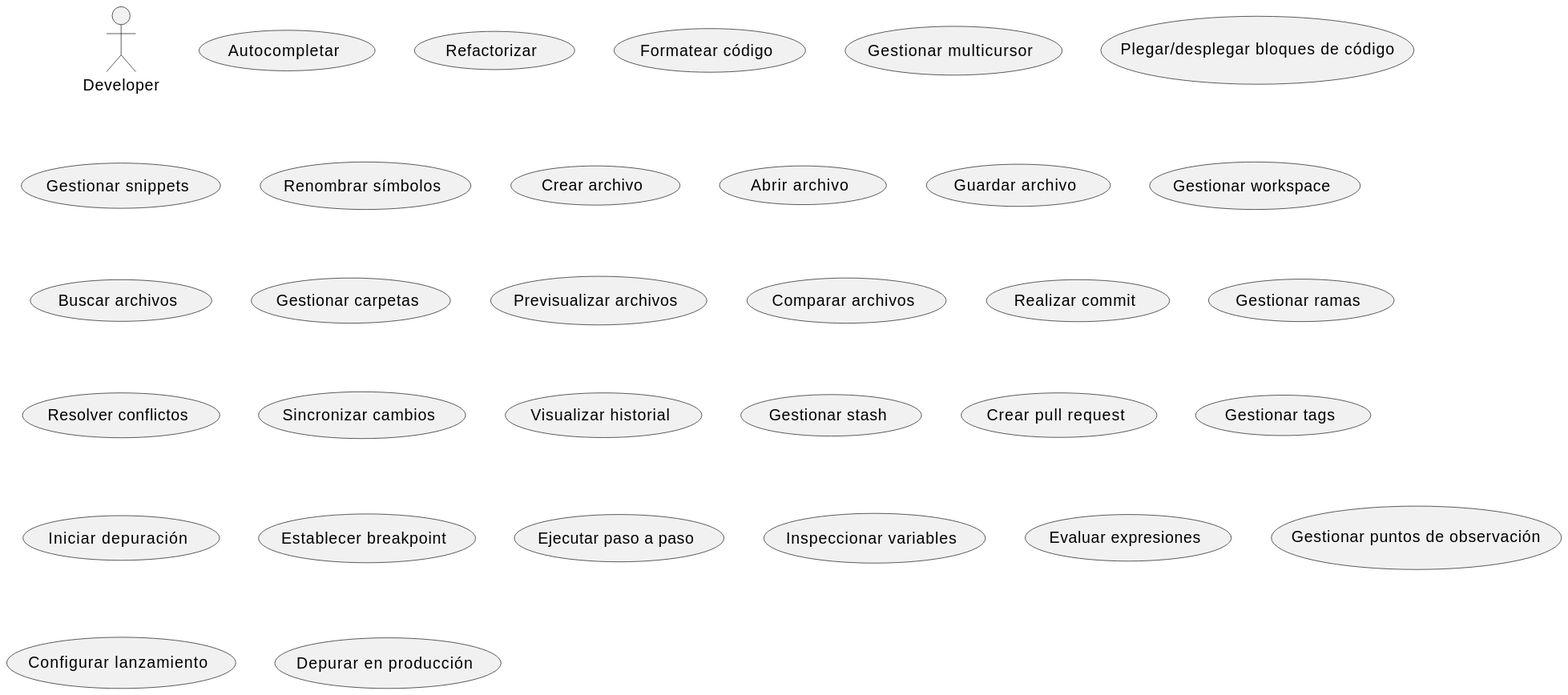
Above: images/UNEATLANTICO/idsw1/vscode/ddr-AyCdU-v0.svg in mmasias/mmasias (PlantUML), before the change. Its diagram source:
```plantuml
@startuml
actor "Developer" as Developer

usecase "Autocompletar"
usecase "Refactorizar"
usecase "Formatear código"
usecase "Gestionar multicursor"
usecase "Plegar/desplegar bloques de código"
usecase "Gestionar snippets"
usecase "Renombrar símbolos"
usecase "Crear archivo"
usecase "Abrir archivo"
usecase "Guardar archivo"
usecase "Gestionar workspace"
usecase "Buscar archivos"
usecase "Gestionar carpetas"
usecase "Previsualizar archivos"
usecase "Comparar archivos"
usecase "Realizar commit"
usecase "Gestionar ramas"
usecase "Resolver conflictos"
usecase "Sincronizar cambios"
usecase "Visualizar historial"
usecase "Gestionar stash"
usecase "Crear pull request"
usecase "Gestionar tags"
usecase "Iniciar depuración"
usecase "Establecer breakpoint"
usecase "Ejecutar paso a paso"
usecase "Inspeccionar variables"
usecase "Evaluar expresiones"
usecase "Gestionar puntos de observación"
usecase "Configurar lanzamiento"
usecase "Depurar en producción"
@enduml
```
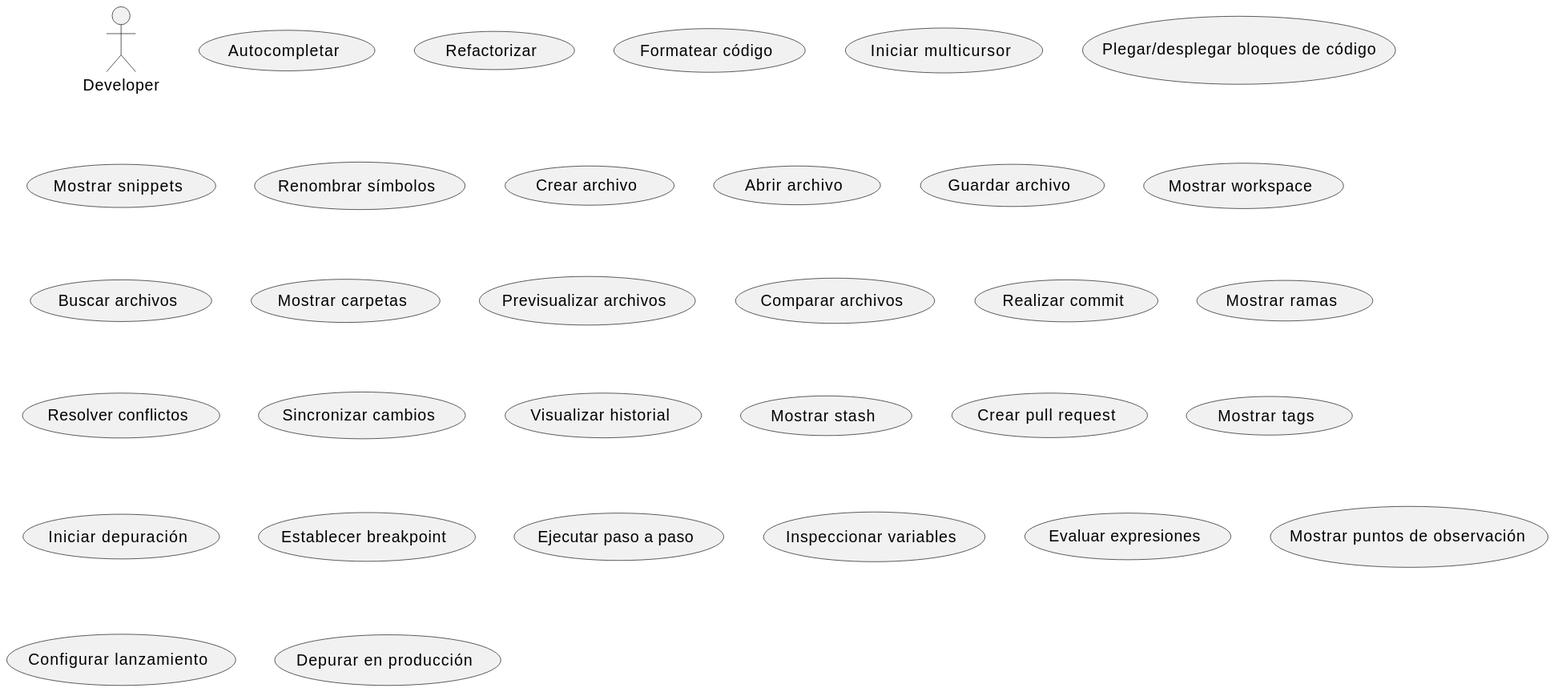
Above is the later version.

Diff of the diagram source:
```diff
@@ -4,32 +4,32 @@
 usecase "Autocompletar"
 usecase "Refactorizar"
 usecase "Formatear código"
-usecase "Gestionar multicursor"
+usecase "Iniciar multicursor"
 usecase "Plegar/desplegar bloques de código"
-usecase "Gestionar snippets"
+usecase "Mostrar snippets"
 usecase "Renombrar símbolos"
 usecase "Crear archivo"
 usecase "Abrir archivo"
 usecase "Guardar archivo"
-usecase "Gestionar workspace"
+usecase "Mostrar workspace"
 usecase "Buscar archivos"
-usecase "Gestionar carpetas"
+usecase "Mostrar carpetas"
 usecase "Previsualizar archivos"
 usecase "Comparar archivos"
 usecase "Realizar commit"
-usecase "Gestionar ramas"
+usecase "Mostrar ramas"
 usecase "Resolver conflictos"
 usecase "Sincronizar cambios"
 usecase "Visualizar historial"
-usecase "Gestionar stash"
+usecase "Mostrar stash"
 usecase "Crear pull request"
-usecase "Gestionar tags"
+usecase "Mostrar tags"
 usecase "Iniciar depuración"
 usecase "Establecer breakpoint"
 usecase "Ejecutar paso a paso"
 usecase "Inspeccionar variables"
 usecase "Evaluar expresiones"
-usecase "Gestionar puntos de observación"
+usecase "Mostrar puntos de observación"
 usecase "Configurar lanzamiento"
 usecase "Depurar en producción"
 @enduml
```
